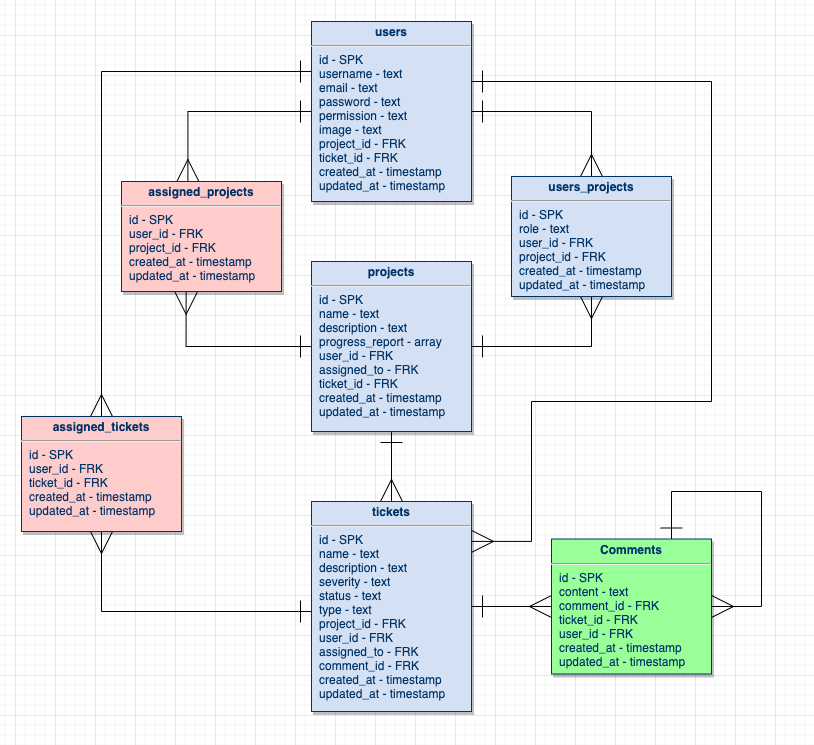
The draw.io diagram oversight_ERD.png in ben-azevedo/oversight, before a commit. Source tidied: cells renumbered, new cells last; positions are measured from the earlier drawing's top-left corner, leaving out a move shared by most shapes. Its diagram source:
```xml
<mxGraphModel background="#ffffff">
  <root>
    <mxCell id="0" />
    <mxCell id="1" parent="0" />
    <mxCell id="2" style="edgeStyle=orthogonalEdgeStyle;rounded=0;jettySize=auto;html=1;entryX=0.5;entryY=0;entryDx=0;entryDy=0;startArrow=ERone;startFill=0;startSize=20;endArrow=ERmany;endFill=0;endSize=20;" parent="1" edge="1" source="6" target="17">
      <mxGeometry relative="1" as="geometry">
        <Array as="points">
          <mxPoint x="80" y="50" />
        </Array>
      </mxGeometry>
    </mxCell>
    <mxCell id="3" style="edgeStyle=orthogonalEdgeStyle;rounded=0;jettySize=auto;html=1;startArrow=ERone;startFill=0;startSize=20;endArrow=ERmany;endFill=0;endSize=20;entryX=1;entryY=0.19;entryDx=0;entryDy=0;entryPerimeter=0;" parent="1" edge="1" source="6" target="13">
      <mxGeometry relative="1" as="geometry">
        <Array as="points">
          <mxPoint x="690" y="60" />
          <mxPoint x="690" y="380" />
          <mxPoint x="510" y="380" />
          <mxPoint x="510" y="520" />
        </Array>
      </mxGeometry>
    </mxCell>
    <mxCell id="4" style="edgeStyle=orthogonalEdgeStyle;rounded=0;jettySize=auto;html=1;entryX=0.5;entryY=0;entryDx=0;entryDy=0;startArrow=ERone;startFill=0;startSize=20;endArrow=ERmany;endFill=0;endSize=20;" parent="1" edge="1" source="6" target="16">
      <mxGeometry relative="1" as="geometry" />
    </mxCell>
    <mxCell id="5" style="edgeStyle=orthogonalEdgeStyle;rounded=0;jettySize=auto;html=1;entryX=0.415;entryY=0;entryDx=0;entryDy=0;entryPerimeter=0;startArrow=ERone;startFill=0;startSize=20;endArrow=ERmany;endFill=0;endSize=20;" parent="1" edge="1" source="6" target="18">
      <mxGeometry relative="1" as="geometry" />
    </mxCell>
    <mxCell id="6" value="&lt;p style=&quot;margin: 4px 0px 0px ; text-align: center&quot;&gt;&lt;b&gt;users&lt;/b&gt;&lt;/p&gt;&lt;hr&gt;&lt;p style=&quot;margin: 0px ; margin-left: 8px&quot;&gt;id - SPK&lt;/p&gt;&lt;p style=&quot;margin: 0px ; margin-left: 8px&quot;&gt;username - text&lt;/p&gt;&lt;p style=&quot;margin: 0px ; margin-left: 8px&quot;&gt;email - text&lt;/p&gt;&lt;p style=&quot;margin: 0px ; margin-left: 8px&quot;&gt;password - text&lt;/p&gt;&lt;p style=&quot;margin: 0px ; margin-left: 8px&quot;&gt;permission - text&lt;br&gt;&lt;/p&gt;&lt;p style=&quot;margin: 0px ; margin-left: 8px&quot;&gt;image - text&lt;/p&gt;&lt;p style=&quot;margin: 0px ; margin-left: 8px&quot;&gt;project_id - FRK&lt;/p&gt;&lt;p style=&quot;margin: 0px ; margin-left: 8px&quot;&gt;ticket_id - FRK&lt;/p&gt;&lt;p style=&quot;margin: 0px ; margin-left: 8px&quot;&gt;created_at - timestamp&lt;/p&gt;&lt;p style=&quot;margin: 0px ; margin-left: 8px&quot;&gt;updated_at - timestamp&lt;/p&gt;&lt;p style=&quot;margin: 0px ; margin-left: 8px&quot;&gt;&lt;br&gt;&lt;/p&gt;" style="verticalAlign=top;align=left;overflow=fill;fontSize=12;fontFamily=Helvetica;html=1;strokeColor=#003366;shadow=1;fillColor=#D4E1F5;fontColor=#003366;" parent="1" vertex="1">
      <mxGeometry x="290" width="160" height="180" as="geometry" />
    </mxCell>
    <mxCell id="7" style="edgeStyle=orthogonalEdgeStyle;rounded=0;jettySize=auto;html=1;startArrow=ERone;startFill=0;startSize=20;endArrow=ERmany;endFill=0;endSize=20;" parent="1" edge="1" source="10" target="13">
      <mxGeometry relative="1" as="geometry" />
    </mxCell>
    <mxCell id="8" style="edgeStyle=orthogonalEdgeStyle;rounded=0;jettySize=auto;html=1;entryX=0.5;entryY=1;entryDx=0;entryDy=0;startArrow=ERone;startFill=0;startSize=20;endArrow=ERmany;endFill=0;endSize=20;" parent="1" edge="1" source="10" target="16">
      <mxGeometry relative="1" as="geometry" />
    </mxCell>
    <mxCell id="9" style="edgeStyle=orthogonalEdgeStyle;rounded=0;jettySize=auto;html=1;entryX=0.404;entryY=1.008;entryDx=0;entryDy=0;entryPerimeter=0;startArrow=ERone;startFill=0;startSize=20;endArrow=ERmany;endFill=0;endSize=20;" parent="1" edge="1" source="10" target="18">
      <mxGeometry relative="1" as="geometry" />
    </mxCell>
    <mxCell id="10" value="&lt;p style=&quot;margin: 4px 0px 0px ; text-align: center&quot;&gt;&lt;b&gt;projects&lt;/b&gt;&lt;/p&gt;&lt;hr&gt;&lt;p style=&quot;margin: 0px ; margin-left: 8px&quot;&gt;id - SPK&lt;/p&gt;&lt;p style=&quot;margin: 0px ; margin-left: 8px&quot;&gt;name - text&lt;/p&gt;&lt;p style=&quot;margin: 0px ; margin-left: 8px&quot;&gt;description - text&lt;/p&gt;&lt;p style=&quot;margin: 0px 0px 0px 8px&quot;&gt;progress_report - array&lt;/p&gt;&lt;p style=&quot;margin: 0px ; margin-left: 8px&quot;&gt;user_id - FRK&lt;/p&gt;&lt;p style=&quot;margin: 0px ; margin-left: 8px&quot;&gt;assigned_to - FRK&lt;/p&gt;&lt;p style=&quot;margin: 0px ; margin-left: 8px&quot;&gt;ticket_id - FRK&lt;br&gt;&lt;/p&gt;&lt;p style=&quot;margin: 0px ; margin-left: 8px&quot;&gt;&lt;span&gt;created_at - timestamp&lt;/span&gt;&lt;br&gt;&lt;/p&gt;&lt;p style=&quot;margin: 0px ; margin-left: 8px&quot;&gt;updated_at - timestamp&lt;/p&gt;&lt;p style=&quot;margin: 0px ; margin-left: 8px&quot;&gt;&lt;br&gt;&lt;/p&gt;" style="verticalAlign=top;align=left;overflow=fill;fontSize=12;fontFamily=Helvetica;html=1;strokeColor=#003366;shadow=1;fillColor=#D4E1F5;fontColor=#003366;" parent="1" vertex="1">
      <mxGeometry x="290" y="240" width="160" height="170" as="geometry" />
    </mxCell>
    <mxCell id="11" style="edgeStyle=orthogonalEdgeStyle;rounded=0;jettySize=auto;html=1;startArrow=ERone;startFill=0;startSize=20;endArrow=ERmany;endFill=0;endSize=20;" parent="1" edge="1" source="13" target="17">
      <mxGeometry relative="1" as="geometry">
        <Array as="points">
          <mxPoint x="80" y="590" />
        </Array>
      </mxGeometry>
    </mxCell>
    <mxCell id="12" style="edgeStyle=orthogonalEdgeStyle;rounded=0;jettySize=auto;html=1;entryX=0;entryY=0.5;entryDx=0;entryDy=0;startArrow=ERone;startFill=0;startSize=20;endArrow=ERmany;endFill=0;endSize=20;" parent="1" edge="1" source="13" target="15">
      <mxGeometry relative="1" as="geometry" />
    </mxCell>
    <mxCell id="13" value="&lt;p style=&quot;margin: 4px 0px 0px ; text-align: center&quot;&gt;&lt;b&gt;tickets&lt;/b&gt;&lt;/p&gt;&lt;hr&gt;&lt;p style=&quot;margin: 0px ; margin-left: 8px&quot;&gt;id - SPK&lt;/p&gt;&lt;p style=&quot;margin: 0px ; margin-left: 8px&quot;&gt;name - text&lt;/p&gt;&lt;p style=&quot;margin: 0px ; margin-left: 8px&quot;&gt;description - text&lt;/p&gt;&lt;p style=&quot;margin: 0px 0px 0px 8px&quot;&gt;severity - text&lt;/p&gt;&lt;p style=&quot;margin: 0px 0px 0px 8px&quot;&gt;status - text&lt;/p&gt;&lt;p style=&quot;margin: 0px 0px 0px 8px&quot;&gt;type - text&lt;/p&gt;&lt;p style=&quot;margin: 0px ; margin-left: 8px&quot;&gt;project_id - FRK&lt;/p&gt;&lt;p style=&quot;margin: 0px ; margin-left: 8px&quot;&gt;user_id - FRK&lt;/p&gt;&lt;p style=&quot;margin: 0px ; margin-left: 8px&quot;&gt;assigned_to - FRK&lt;/p&gt;&lt;p style=&quot;margin: 0px ; margin-left: 8px&quot;&gt;comment_id - FRK&lt;/p&gt;&lt;p style=&quot;margin: 0px ; margin-left: 8px&quot;&gt;created_at - timestamp&lt;/p&gt;&lt;p style=&quot;margin: 0px ; margin-left: 8px&quot;&gt;updated_at - timestamp&lt;/p&gt;&lt;p style=&quot;margin: 0px ; margin-left: 8px&quot;&gt;&lt;br&gt;&lt;/p&gt;" style="verticalAlign=top;align=left;overflow=fill;fontSize=12;fontFamily=Helvetica;html=1;strokeColor=#003366;shadow=1;fillColor=#D4E1F5;fontColor=#003366;" parent="1" vertex="1">
      <mxGeometry x="290" y="480" width="160" height="210" as="geometry" />
    </mxCell>
    <mxCell id="14" style="edgeStyle=orthogonalEdgeStyle;rounded=0;orthogonalLoop=1;jettySize=auto;html=1;startArrow=ERone;startFill=0;startSize=20;endArrow=ERmany;endFill=0;endSize=20;strokeWidth=1;exitX=0.75;exitY=0;exitDx=0;exitDy=0;" parent="1" edge="1" source="15" target="15">
      <mxGeometry relative="1" as="geometry">
        <Array as="points">
          <mxPoint x="650" y="470" />
          <mxPoint x="740" y="470" />
          <mxPoint x="740" y="585" />
        </Array>
      </mxGeometry>
    </mxCell>
    <mxCell id="15" value="&lt;p style=&quot;margin: 4px 0px 0px ; text-align: center&quot;&gt;&lt;strong&gt;Comments&lt;/strong&gt;&lt;/p&gt;&lt;hr&gt;&lt;p style=&quot;margin: 0px 0px 0px 8px&quot;&gt;id - SPK&lt;/p&gt;&lt;p style=&quot;margin: 0px 0px 0px 8px&quot;&gt;content - text&lt;/p&gt;&lt;p style=&quot;margin: 0px 0px 0px 8px&quot;&gt;comment_id - FRK&lt;/p&gt;&lt;p style=&quot;margin: 0px 0px 0px 8px&quot;&gt;ticket_id - FRK&lt;/p&gt;&lt;p style=&quot;margin: 0px 0px 0px 8px&quot;&gt;user_id - FRK&lt;/p&gt;&lt;p style=&quot;margin: 0px 0px 0px 8px&quot;&gt;created_at - timestamp&lt;/p&gt;&lt;p style=&quot;margin: 0px 0px 0px 8px&quot;&gt;updated_at - timestamp&lt;/p&gt;&lt;p style=&quot;margin: 0px 0px 0px 8px&quot;&gt;&lt;br&gt;&lt;/p&gt;" style="verticalAlign=top;align=left;overflow=fill;fontSize=12;fontFamily=Helvetica;html=1;strokeColor=#003366;shadow=1;fontColor=#003366;fillColor=#99FF99;" parent="1" vertex="1">
      <mxGeometry x="530" y="517.5" width="160" height="135" as="geometry" />
    </mxCell>
    <mxCell id="16" value="&lt;p style=&quot;margin: 4px 0px 0px ; text-align: center&quot;&gt;&lt;b&gt;users_projects&lt;/b&gt;&lt;/p&gt;&lt;hr&gt;&lt;p style=&quot;margin: 0px ; margin-left: 8px&quot;&gt;id - SPK&lt;/p&gt;&lt;p style=&quot;margin: 0px ; margin-left: 8px&quot;&gt;role - text&lt;br&gt;&lt;/p&gt;&lt;p style=&quot;margin: 0px ; margin-left: 8px&quot;&gt;user_id - FRK&lt;/p&gt;&lt;p style=&quot;margin: 0px ; margin-left: 8px&quot;&gt;project_id - FRK&lt;/p&gt;&lt;p style=&quot;margin: 0px ; margin-left: 8px&quot;&gt;created_at - timestamp&lt;/p&gt;&lt;p style=&quot;margin: 0px ; margin-left: 8px&quot;&gt;updated_at - timestamp&lt;/p&gt;&lt;p style=&quot;margin: 0px ; margin-left: 8px&quot;&gt;&lt;br&gt;&lt;/p&gt;" style="verticalAlign=top;align=left;overflow=fill;fontSize=12;fontFamily=Helvetica;html=1;strokeColor=#003366;shadow=1;fillColor=#D4E1F5;fontColor=#003366;" parent="1" vertex="1">
      <mxGeometry x="490" y="155" width="160" height="120" as="geometry" />
    </mxCell>
    <mxCell id="17" value="&lt;p style=&quot;margin: 4px 0px 0px ; text-align: center&quot;&gt;&lt;b&gt;assigned_tickets&lt;/b&gt;&lt;/p&gt;&lt;hr&gt;&lt;p style=&quot;margin: 0px ; margin-left: 8px&quot;&gt;id - SPK&lt;/p&gt;&lt;p style=&quot;margin: 0px ; margin-left: 8px&quot;&gt;user_id - FRK&lt;/p&gt;&lt;p style=&quot;margin: 0px ; margin-left: 8px&quot;&gt;ticket_id - FRK&lt;/p&gt;&lt;p style=&quot;margin: 0px ; margin-left: 8px&quot;&gt;created_at - timestamp&lt;/p&gt;&lt;p style=&quot;margin: 0px ; margin-left: 8px&quot;&gt;updated_at - timestamp&lt;/p&gt;&lt;p style=&quot;margin: 0px ; margin-left: 8px&quot;&gt;&lt;br&gt;&lt;/p&gt;" style="verticalAlign=top;align=left;overflow=fill;fontSize=12;fontFamily=Helvetica;html=1;strokeColor=#003366;shadow=1;fontColor=#003366;fillColor=#FFCCCC;" parent="1" vertex="1">
      <mxGeometry y="395" width="160" height="115" as="geometry" />
    </mxCell>
    <mxCell id="18" value="&lt;p style=&quot;margin: 4px 0px 0px ; text-align: center&quot;&gt;&lt;b&gt;assigned_projects&lt;/b&gt;&lt;/p&gt;&lt;hr&gt;&lt;p style=&quot;margin: 0px ; margin-left: 8px&quot;&gt;id - SPK&lt;/p&gt;&lt;p style=&quot;margin: 0px ; margin-left: 8px&quot;&gt;user_id - FRK&lt;/p&gt;&lt;p style=&quot;margin: 0px ; margin-left: 8px&quot;&gt;project_id - FRK&lt;/p&gt;&lt;p style=&quot;margin: 0px ; margin-left: 8px&quot;&gt;created_at - timestamp&lt;/p&gt;&lt;p style=&quot;margin: 0px ; margin-left: 8px&quot;&gt;updated_at - timestamp&lt;/p&gt;&lt;p style=&quot;margin: 0px ; margin-left: 8px&quot;&gt;&lt;br&gt;&lt;/p&gt;" style="verticalAlign=top;align=left;overflow=fill;fontSize=12;fontFamily=Helvetica;html=1;strokeColor=#003366;shadow=1;fontColor=#003366;fillColor=#FFCCCC;" parent="1" vertex="1">
      <mxGeometry x="100" y="160" width="160" height="110" as="geometry" />
    </mxCell>
  </root>
</mxGraphModel>
```
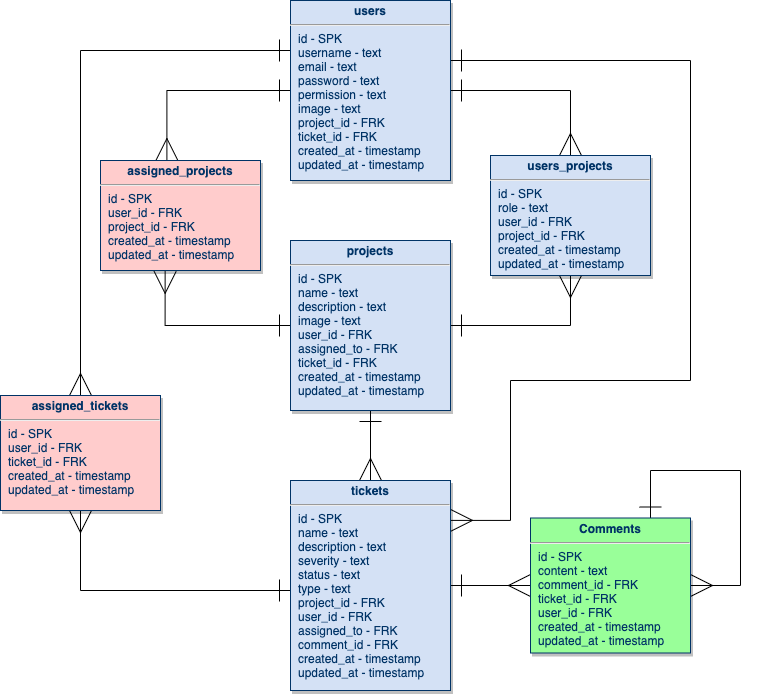
The same diagram one commit later.

Commit message:
oversight_wireframe complete

Change to the diagram source:
```diff
@@ -37,7 +37,7 @@
     <mxCell id="9" style="edgeStyle=orthogonalEdgeStyle;rounded=0;jettySize=auto;html=1;entryX=0.404;entryY=1.008;entryDx=0;entryDy=0;entryPerimeter=0;startArrow=ERone;startFill=0;startSize=20;endArrow=ERmany;endFill=0;endSize=20;" parent="1" edge="1" source="10" target="18">
       <mxGeometry relative="1" as="geometry" />
     </mxCell>
-    <mxCell id="10" value="&lt;p style=&quot;margin: 4px 0px 0px ; text-align: center&quot;&gt;&lt;b&gt;projects&lt;/b&gt;&lt;/p&gt;&lt;hr&gt;&lt;p style=&quot;margin: 0px ; margin-left: 8px&quot;&gt;id - SPK&lt;/p&gt;&lt;p style=&quot;margin: 0px ; margin-left: 8px&quot;&gt;name - text&lt;/p&gt;&lt;p style=&quot;margin: 0px ; margin-left: 8px&quot;&gt;description - text&lt;/p&gt;&lt;p style=&quot;margin: 0px 0px 0px 8px&quot;&gt;progress_report - array&lt;/p&gt;&lt;p style=&quot;margin: 0px ; margin-left: 8px&quot;&gt;user_id - FRK&lt;/p&gt;&lt;p style=&quot;margin: 0px ; margin-left: 8px&quot;&gt;assigned_to - FRK&lt;/p&gt;&lt;p style=&quot;margin: 0px ; margin-left: 8px&quot;&gt;ticket_id - FRK&lt;br&gt;&lt;/p&gt;&lt;p style=&quot;margin: 0px ; margin-left: 8px&quot;&gt;&lt;span&gt;created_at - timestamp&lt;/span&gt;&lt;br&gt;&lt;/p&gt;&lt;p style=&quot;margin: 0px ; margin-left: 8px&quot;&gt;updated_at - timestamp&lt;/p&gt;&lt;p style=&quot;margin: 0px ; margin-left: 8px&quot;&gt;&lt;br&gt;&lt;/p&gt;" style="verticalAlign=top;align=left;overflow=fill;fontSize=12;fontFamily=Helvetica;html=1;strokeColor=#003366;shadow=1;fillColor=#D4E1F5;fontColor=#003366;" parent="1" vertex="1">
+    <mxCell id="10" value="&lt;p style=&quot;margin: 4px 0px 0px ; text-align: center&quot;&gt;&lt;b&gt;projects&lt;/b&gt;&lt;/p&gt;&lt;hr&gt;&lt;p style=&quot;margin: 0px ; margin-left: 8px&quot;&gt;id - SPK&lt;/p&gt;&lt;p style=&quot;margin: 0px ; margin-left: 8px&quot;&gt;name - text&lt;/p&gt;&lt;p style=&quot;margin: 0px ; margin-left: 8px&quot;&gt;description - text&lt;/p&gt;&lt;p style=&quot;margin: 0px ; margin-left: 8px&quot;&gt;image - text&lt;/p&gt;&lt;p style=&quot;margin: 0px ; margin-left: 8px&quot;&gt;user_id - FRK&lt;/p&gt;&lt;p style=&quot;margin: 0px ; margin-left: 8px&quot;&gt;assigned_to - FRK&lt;/p&gt;&lt;p style=&quot;margin: 0px ; margin-left: 8px&quot;&gt;ticket_id - FRK&lt;br&gt;&lt;/p&gt;&lt;p style=&quot;margin: 0px ; margin-left: 8px&quot;&gt;&lt;span&gt;created_at - timestamp&lt;/span&gt;&lt;br&gt;&lt;/p&gt;&lt;p style=&quot;margin: 0px ; margin-left: 8px&quot;&gt;updated_at - timestamp&lt;/p&gt;&lt;p style=&quot;margin: 0px ; margin-left: 8px&quot;&gt;&lt;br&gt;&lt;/p&gt;" style="verticalAlign=top;align=left;overflow=fill;fontSize=12;fontFamily=Helvetica;html=1;strokeColor=#003366;shadow=1;fillColor=#D4E1F5;fontColor=#003366;" parent="1" vertex="1">
       <mxGeometry x="290" y="240" width="160" height="170" as="geometry" />
     </mxCell>
     <mxCell id="11" style="edgeStyle=orthogonalEdgeStyle;rounded=0;jettySize=auto;html=1;startArrow=ERone;startFill=0;startSize=20;endArrow=ERmany;endFill=0;endSize=20;" parent="1" edge="1" source="13" target="17">
```
